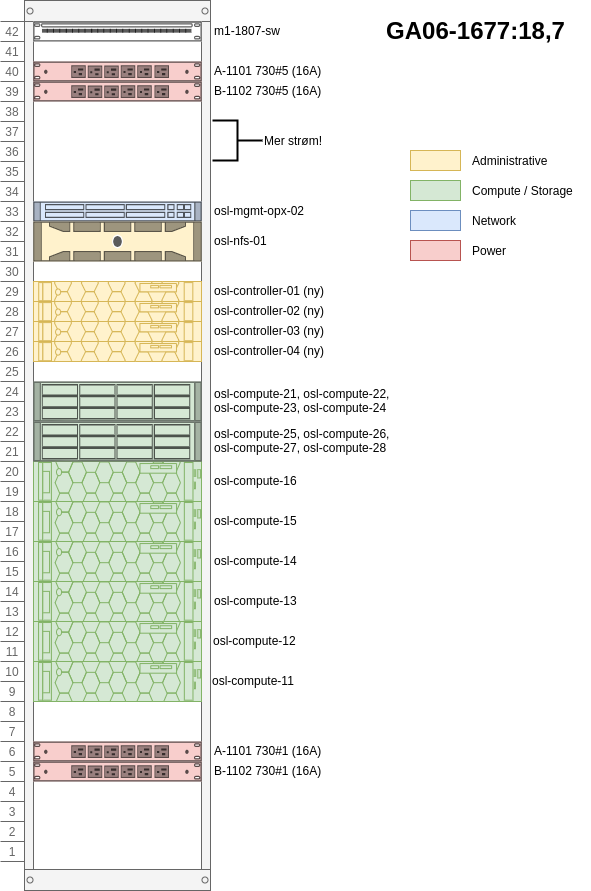
Before: docs/team/development/images/osl-rack-3.png, a diagram exported from draw.io (norcams/iaas). Source tidied: cells renumbered, new cells last; positions are measured from the earlier drawing's top-left corner, leaving out a move shared by most shapes.
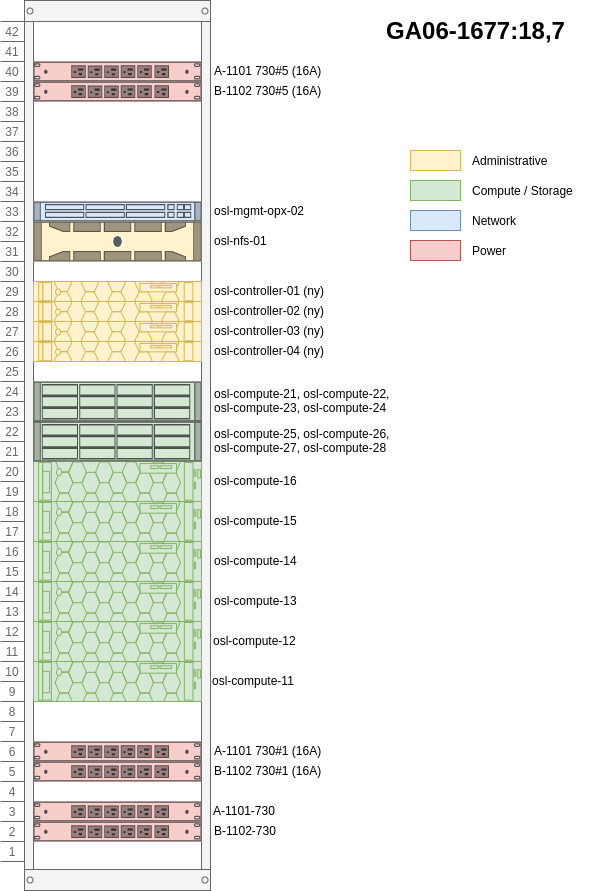
The same file after the commit.

The edit, as a diff of the source:
```diff
@@ -5,9 +5,6 @@
     <mxCell id="2" style="strokeColor=#666666;html=1;verticalLabelPosition=bottom;labelBackgroundColor=#ffffff;verticalAlign=top;shadow=0;dashed=0;shape=mxgraph.rackGeneral.container;fillColor2=#f4f4f4;allowGaps=1;textColor=#666666;numDisp=ascend;" parent="1" vertex="1">
       <mxGeometry width="210" height="890" as="geometry" />
     </mxCell>
-    <mxCell id="3" style="strokeColor=#666666;html=1;labelPosition=right;align=left;spacingLeft=15;shadow=0;dashed=0;shape=mxgraph.rack.general.cat5e_rack_mount_patch_panel_24_ports;" parent="2" vertex="1">
-      <mxGeometry x="33" y="21" width="168" height="20" as="geometry" />
-    </mxCell>
     <mxCell id="4" style="strokeColor=#b85450;html=1;labelPosition=right;align=left;spacingLeft=15;shadow=0;dashed=0;shape=mxgraph.rack.dell.power_strip;labelBackgroundColor=#DDFF00;fillColor=#f8cecc;" parent="2" vertex="1">
       <mxGeometry x="33" y="61" width="168" height="20" as="geometry" />
     </mxCell>
@@ -62,6 +59,12 @@
     <mxCell id="21" style="strokeColor=#d6b656;html=1;labelPosition=right;align=left;spacingLeft=15;shadow=0;dashed=0;shape=mxgraph.rack.dell.poweredge_r640;fillColor=#fff2cc;" parent="2" vertex="1">
       <mxGeometry x="33" y="321" width="168" height="20" as="geometry" />
     </mxCell>
+    <mxCell id="52" style="strokeColor=#b85450;html=1;labelPosition=right;align=left;spacingLeft=15;shadow=0;dashed=0;shape=mxgraph.rack.dell.power_strip;labelBackgroundColor=#DDFF00;fillColor=#f8cecc;" parent="2" vertex="1">
+      <mxGeometry x="33" y="801" width="168" height="20" as="geometry" />
+    </mxCell>
+    <mxCell id="53" style="strokeColor=#b85450;html=1;labelPosition=right;align=left;spacingLeft=15;shadow=0;dashed=0;shape=mxgraph.rack.dell.power_strip;labelBackgroundColor=#DDFF00;fillColor=#f8cecc;" parent="2" vertex="1">
+      <mxGeometry x="33" y="821" width="168" height="20" as="geometry" />
+    </mxCell>
     <mxCell id="22" value="osl-compute-12" style="text;html=1;strokeColor=none;fillColor=none;align=left;verticalAlign=middle;whiteSpace=wrap;rounded=0;labelBackgroundColor=#ffffff;" parent="1" vertex="1">
       <mxGeometry x="211" y="630" width="100" height="20" as="geometry" />
     </mxCell>
@@ -128,18 +131,9 @@
     <mxCell id="43" value="osl-compute-21, osl-compute-22, osl-compute-23, osl-compute-24" style="text;html=1;strokeColor=none;fillColor=none;align=left;verticalAlign=middle;whiteSpace=wrap;rounded=0;labelBackgroundColor=#ffffff;" parent="1" vertex="1">
       <mxGeometry x="212" y="390" width="188" height="20" as="geometry" />
     </mxCell>
-    <mxCell id="44" value="m1-1807-sw" style="text;html=1;align=left;verticalAlign=middle;" parent="1" vertex="1">
-      <mxGeometry x="212" y="20" width="80" height="20" as="geometry" />
-    </mxCell>
     <mxCell id="45" value="&lt;font style=&quot;font-size: 24px&quot;&gt;&lt;b&gt;GA06-1677:18,7&lt;/b&gt;&lt;/font&gt;" style="text;html=1;align=center;verticalAlign=middle;" parent="1" vertex="1">
       <mxGeometry x="380" y="20" width="190" height="20" as="geometry" />
     </mxCell>
-    <mxCell id="46" style="strokeWidth=2;html=1;shape=mxgraph.flowchart.annotation_2;align=left;labelPosition=right;direction=west;" parent="1" vertex="1">
-      <mxGeometry x="212" y="120" width="50" height="40" as="geometry" />
-    </mxCell>
-    <mxCell id="47" value="Mer strøm!" style="text;html=1;align=left;verticalAlign=middle;" parent="1" vertex="1">
-      <mxGeometry x="262" y="130" width="70" height="20" as="geometry" />
-    </mxCell>
     <mxCell id="48" value="osl-controller-01 (ny)" style="text;html=1;strokeColor=none;fillColor=none;align=left;verticalAlign=middle;whiteSpace=wrap;rounded=0;labelBackgroundColor=#ffffff;" parent="1" vertex="1">
       <mxGeometry x="212" y="280" width="128" height="20" as="geometry" />
     </mxCell>
@@ -152,5 +146,11 @@
     <mxCell id="51" value="osl-controller-04 (ny)" style="text;html=1;strokeColor=none;fillColor=none;align=left;verticalAlign=middle;whiteSpace=wrap;rounded=0;labelBackgroundColor=#ffffff;" parent="1" vertex="1">
       <mxGeometry x="212" y="340" width="128" height="20" as="geometry" />
     </mxCell>
+    <mxCell id="54" value="A-1101-730" style="text;html=1;align=left;verticalAlign=middle;" parent="1" vertex="1">
+      <mxGeometry x="211" y="800" width="80" height="20" as="geometry" />
+    </mxCell>
+    <mxCell id="55" value="B-1102-730" style="text;html=1;align=left;verticalAlign=middle;" parent="1" vertex="1">
+      <mxGeometry x="212" y="820" width="80" height="20" as="geometry" />
+    </mxCell>
   </root>
 </mxGraphModel>
```
